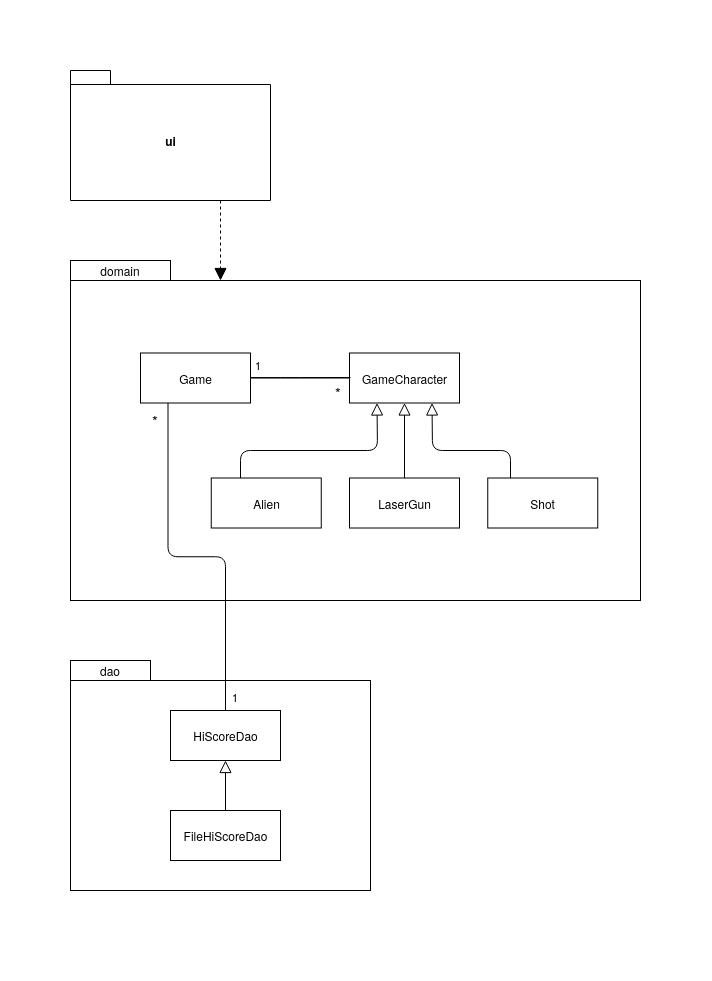
The draw.io diagram dokumentaatio/kuvat/luokkajapakkauskaavio.png in valt-1/ot-harjoitustyo-s20, before a commit. Source tidied: cells renumbered, new cells last; positions are measured from the earlier drawing's top-left corner, leaving out a move shared by most shapes.
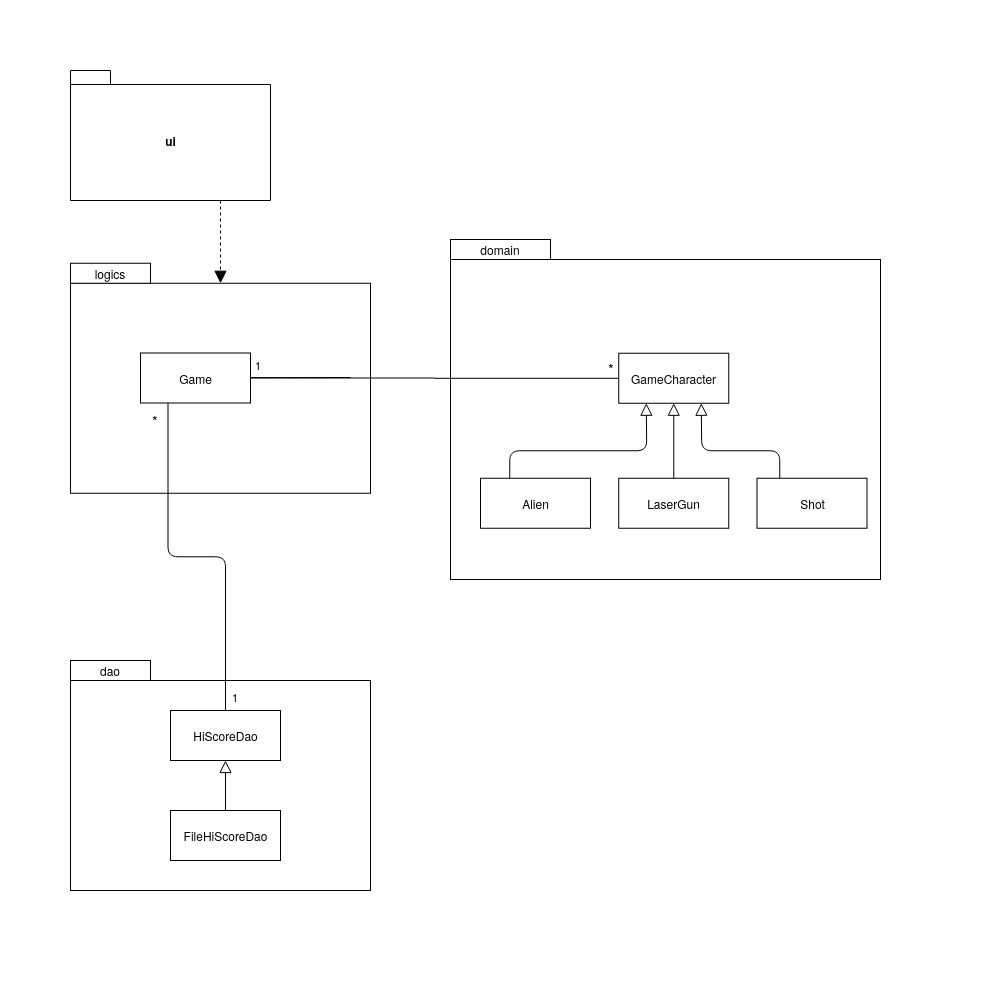
The same file after the commit.

Diff of the diagram source:
```diff
@@ -3,13 +3,19 @@
     <mxCell id="0" />
     <mxCell id="1" parent="0" />
     <mxCell id="2" style="rounded=0;whiteSpace=wrap;html=1;strokeColor=none;" parent="1" vertex="1">
-      <mxGeometry width="710" height="980" as="geometry" />
+      <mxGeometry width="980" height="980" as="geometry" />
     </mxCell>
+    <mxCell id="29" style="whiteSpace=wrap;html=1;" parent="1" vertex="1">
+      <mxGeometry x="70" y="282.8" width="300" height="210" as="geometry" />
+    </mxCell>
+    <mxCell id="30" value="&lt;div&gt;logics&lt;/div&gt;" style="whiteSpace=wrap;html=1;" parent="1" vertex="1">
+      <mxGeometry x="70" y="262.8" width="80" height="20" as="geometry" />
+    </mxCell>
     <mxCell id="3" style="whiteSpace=wrap;html=1;" parent="1" vertex="1">
-      <mxGeometry x="70" y="280" width="570" height="320" as="geometry" />
+      <mxGeometry x="450" y="259" width="430" height="320" as="geometry" />
     </mxCell>
     <mxCell id="4" value="domain" style="whiteSpace=wrap;html=1;" parent="1" vertex="1">
-      <mxGeometry x="70" y="260" width="100" height="20" as="geometry" />
+      <mxGeometry x="450" y="239" width="100" height="20" as="geometry" />
     </mxCell>
     <mxCell id="5" style="whiteSpace=wrap;html=1;" parent="1" vertex="1">
       <mxGeometry x="70" y="680" width="300" height="210" as="geometry" />
@@ -26,10 +32,8 @@
     <mxCell id="8" value="&lt;div&gt;ui&lt;/div&gt;" style="shape=folder;fontStyle=1;spacingTop=10;tabWidth=40;tabHeight=14;tabPosition=left;html=1;" parent="1" vertex="1">
       <mxGeometry x="70" y="70" width="200" height="130" as="geometry" />
     </mxCell>
-    <mxCell id="9" value="Use" style="endArrow=block;endSize=10;dashed=1;exitX=0.75;exitY=1;exitDx=0;exitDy=0;exitPerimeter=0;html=1;textOpacity=0;endFill=1;" parent="1" edge="1" source="8">
-      <mxGeometry relative="1" as="geometry">
-        <mxPoint x="220" y="280" as="targetPoint" />
-      </mxGeometry>
+    <mxCell id="9" value="Use" style="endArrow=block;endSize=10;dashed=1;exitX=0.75;exitY=1;exitDx=0;exitDy=0;exitPerimeter=0;html=1;textOpacity=0;endFill=1;" parent="1" edge="1" source="8" target="29">
+      <mxGeometry relative="1" as="geometry" />
     </mxCell>
     <mxCell id="10" value="&lt;div&gt;HiScoreDao&lt;/div&gt;" style="html=1;" parent="1" vertex="1">
       <mxGeometry x="170" y="710" width="110" height="50" as="geometry" />
@@ -47,16 +51,16 @@
       <mxGeometry x="140" y="352.5" width="110" height="50" as="geometry" />
     </mxCell>
     <mxCell id="15" value="&lt;div&gt;GameCharacter&lt;/div&gt;" style="html=1;" parent="1" vertex="1">
-      <mxGeometry x="349" y="352.5" width="110" height="50" as="geometry" />
+      <mxGeometry x="618.2" y="352.8" width="110" height="50" as="geometry" />
     </mxCell>
     <mxCell id="16" value="Alien" style="html=1;" parent="1" vertex="1">
-      <mxGeometry x="210.8" y="477.5" width="110" height="50" as="geometry" />
+      <mxGeometry x="480" y="477.8" width="110" height="50" as="geometry" />
     </mxCell>
     <mxCell id="17" value="LaserGun" style="html=1;" parent="1" vertex="1">
-      <mxGeometry x="349" y="477.5" width="110" height="50" as="geometry" />
+      <mxGeometry x="618.2" y="477.8" width="110" height="50" as="geometry" />
     </mxCell>
     <mxCell id="18" value="Shot" style="html=1;" parent="1" vertex="1">
-      <mxGeometry x="487.2" y="477.5" width="110" height="50" as="geometry" />
+      <mxGeometry x="756.5" y="477.8" width="110" height="50" as="geometry" />
     </mxCell>
     <mxCell id="19" value="name" style="endArrow=none;endFill=0;html=1;edgeStyle=orthogonalEdgeStyle;align=left;verticalAlign=top;exitX=0.25;exitY=1;exitDx=0;exitDy=0;endSize=10;textOpacity=0;" parent="1" edge="1" source="14" target="10">
       <mxGeometry x="-0.91" y="23" relative="1" as="geometry" />
@@ -68,10 +72,10 @@
     </mxCell>
     <mxCell id="21" value="Extends" style="endArrow=block;endSize=10;endFill=0;html=1;entryX=0.25;entryY=1;entryDx=0;entryDy=0;textOpacity=0;" parent="1" edge="1" target="15">
       <mxGeometry relative="1" as="geometry">
-        <mxPoint x="240" y="477.5" as="sourcePoint" />
+        <mxPoint x="509.2" y="477.8" as="sourcePoint" />
         <Array as="points">
-          <mxPoint x="240" y="450" />
-          <mxPoint x="377" y="450" />
+          <mxPoint x="509.2" y="450.2" />
+          <mxPoint x="646.2" y="450.2" />
         </Array>
       </mxGeometry>
     </mxCell>
@@ -80,10 +84,10 @@
     </mxCell>
     <mxCell id="23" value="Extends" style="endArrow=block;endSize=10;endFill=0;html=1;entryX=0.75;entryY=1;entryDx=0;entryDy=0;textOpacity=0;" parent="1" edge="1" target="15">
       <mxGeometry relative="1" as="geometry">
-        <mxPoint x="510" y="477.5" as="sourcePoint" />
+        <mxPoint x="779.2" y="477.8" as="sourcePoint" />
         <Array as="points">
-          <mxPoint x="510" y="450" />
-          <mxPoint x="432" y="450" />
+          <mxPoint x="779.2" y="450.2" />
+          <mxPoint x="701.2" y="450.2" />
         </Array>
       </mxGeometry>
     </mxCell>
@@ -103,7 +107,9 @@
       </mxGeometry>
     </mxCell>
     <mxCell id="26" value="&lt;font style=&quot;font-size: 15px&quot;&gt;*&lt;/font&gt;" style="edgeLabel;html=1;align=left;verticalAlign=bottom;" parent="1" vertex="1">
-      <mxGeometry x="333" y="402.5" as="geometry" />
+      <mxGeometry x="672" y="341.5" as="geometry">
+        <mxPoint x="-66" y="36" as="offset" />
+      </mxGeometry>
     </mxCell>
     <mxCell id="27" value="1" style="edgeLabel;html=1;align=left;verticalAlign=bottom;rotation=0;" parent="1" vertex="1">
       <mxGeometry x="230" y="705" as="geometry" />
```
